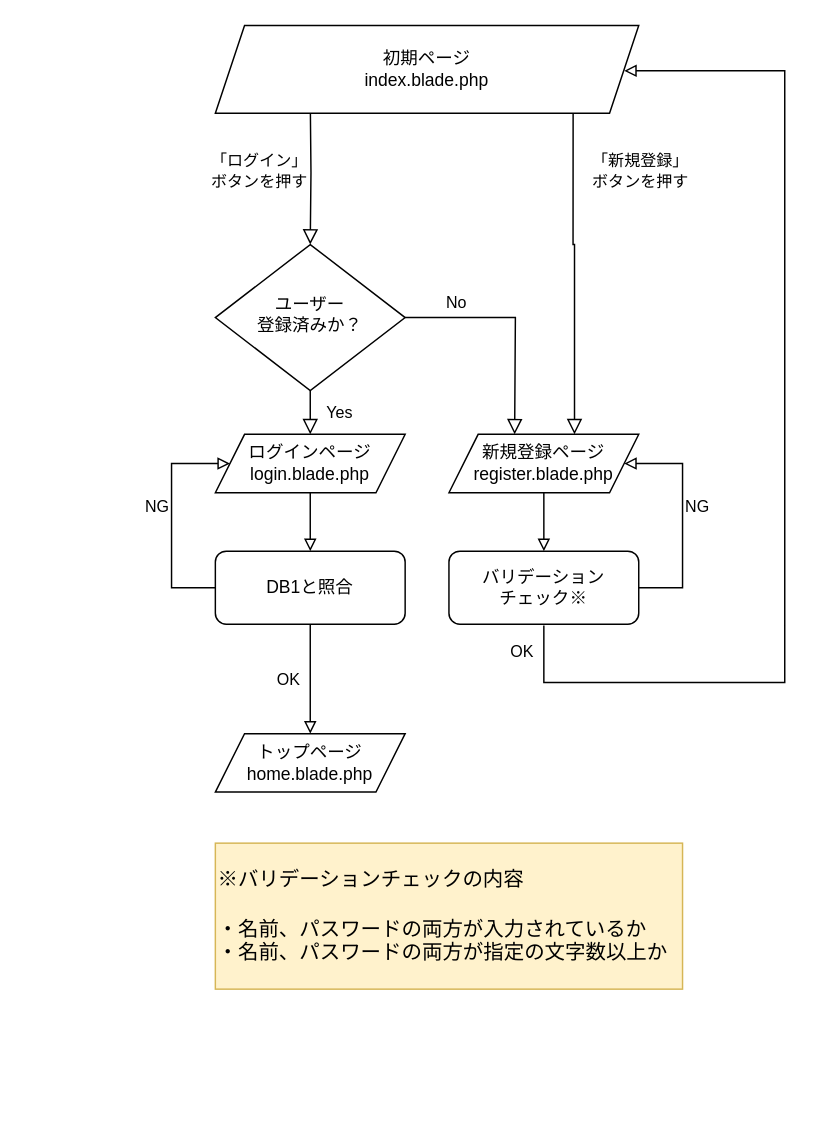
Earlier version of the draw.io diagram Kakeibo_Flowchart.drawio (AYA-kurokiri09/test). Source tidied: cells renumbered, new cells numbered last; positions are measured from the earlier drawing's top-left corner, leaving out a move shared by most shapes. Both pictures are drawn from the tidied source at 146%, with x=0, y=0 at pixel (171, 25).
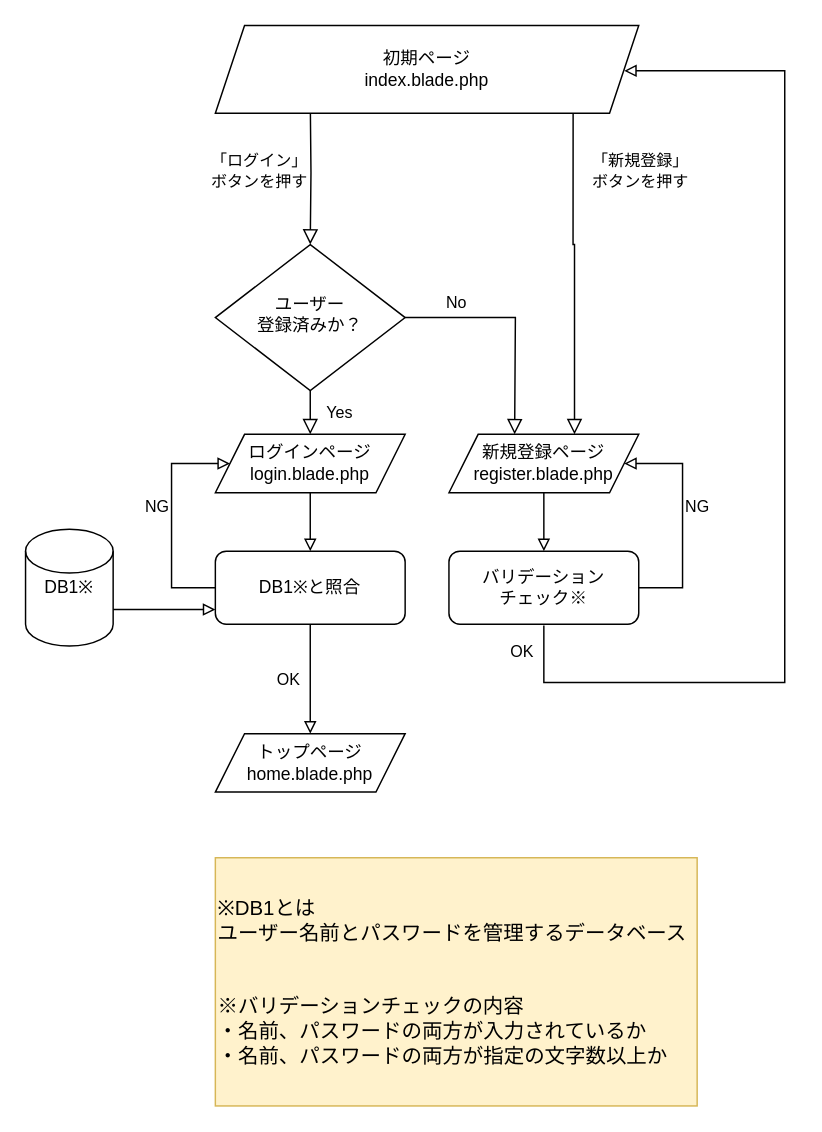
The same diagram, later.

Diff of the diagram source:
```diff
@@
-    <mxCell id="11" value="DB1と照合" style="rounded=1;whiteSpace=wrap;html=1;" parent="1" vertex="1">
+    <mxCell id="11" value="DB1※と照合" style="rounded=1;whiteSpace=wrap;html=1;" parent="1" vertex="1">
       <mxGeometry x="30" y="360" width="130" height="50" as="geometry" />
     </mxCell>
@@
-    <mxCell id="19" value="&lt;font style=&quot;font-size: 14px&quot;&gt;※バリデーションチェックの内容&lt;br&gt;&lt;br&gt;・名前、パスワードの両方が入力されているか&lt;br&gt;&lt;/font&gt;&lt;div style=&quot;font-size: 14px&quot;&gt;&lt;font style=&quot;font-size: 14px&quot;&gt;・名前、パスワードの両方が指定の文字数以上か&lt;/font&gt;&lt;/div&gt;" style="text;html=1;strokeColor=#d6b656;fillColor=#fff2cc;align=left;verticalAlign=middle;whiteSpace=wrap;rounded=0;" parent="1" vertex="1">
-      <mxGeometry x="30" y="560" width="320" height="100" as="geometry" />
+    <mxCell id="19" value="&lt;font style=&quot;font-size: 14px&quot;&gt;※DB1とは&lt;br&gt;ユーザー名前とパスワードを管理するデータベース&lt;br&gt;&lt;br&gt;&lt;br&gt;※バリデーションチェックの内容&lt;br&gt;・名前、パスワードの両方が入力されているか&lt;br&gt;&lt;div&gt;・名前、パスワードの両方が指定の文字数以上か&lt;/div&gt;&lt;/font&gt;" style="text;html=1;strokeColor=#d6b656;fillColor=#fff2cc;align=left;verticalAlign=middle;whiteSpace=wrap;rounded=0;" parent="1" vertex="1">
+      <mxGeometry x="30" y="570" width="330" height="170" as="geometry" />
     </mxCell>
+    <mxCell id="20" value="DB1※" style="shape=cylinder2;whiteSpace=wrap;html=1;boundedLbl=1;backgroundOutline=1;size=15;verticalAlign=middle;" parent="1" vertex="1">
+      <mxGeometry x="-100" y="345" width="60" height="80" as="geometry" />
+    </mxCell>
+    <mxCell id="21" style="endArrow=block;html=1;endFill=0;" parent="1" edge="1">
+      <mxGeometry relative="1" as="geometry">
+        <mxPoint x="-40" y="400" as="sourcePoint" />
+        <mxPoint x="30" y="400" as="targetPoint" />
+      </mxGeometry>
+    </mxCell>
```
